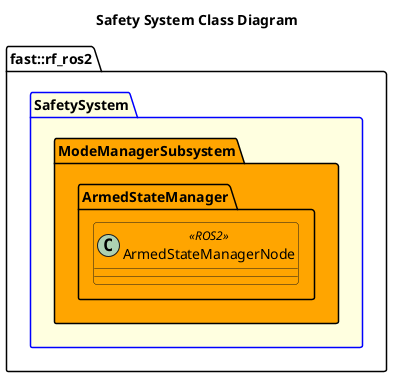
fastrobotics/robot_framework_ros2 keeps this PlantUML diagram as Systems/Safety/doc/puml/SystemSafetyPackageDiagram.png. Above is the earlier version.
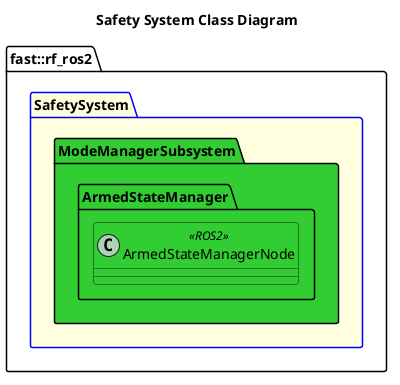
The same file after the commit.

Change to the diagram source:
```diff
@@ -3,9 +3,9 @@
 
 namespace fast::rf_ros2 {
     package SafetySystem #LightYellow;line:blue {
-        namespace ModeManagerSubsystem #Orange {
-            namespace ArmedStateManager #Orange {
-                class ArmedStateManagerNode <<ROS2>> #Orange
+        namespace ModeManagerSubsystem #LimeGreen {
+            namespace ArmedStateManager #LimeGreen {
+                class ArmedStateManagerNode <<ROS2>> #LimeGreen
             }
         }
     }
```
